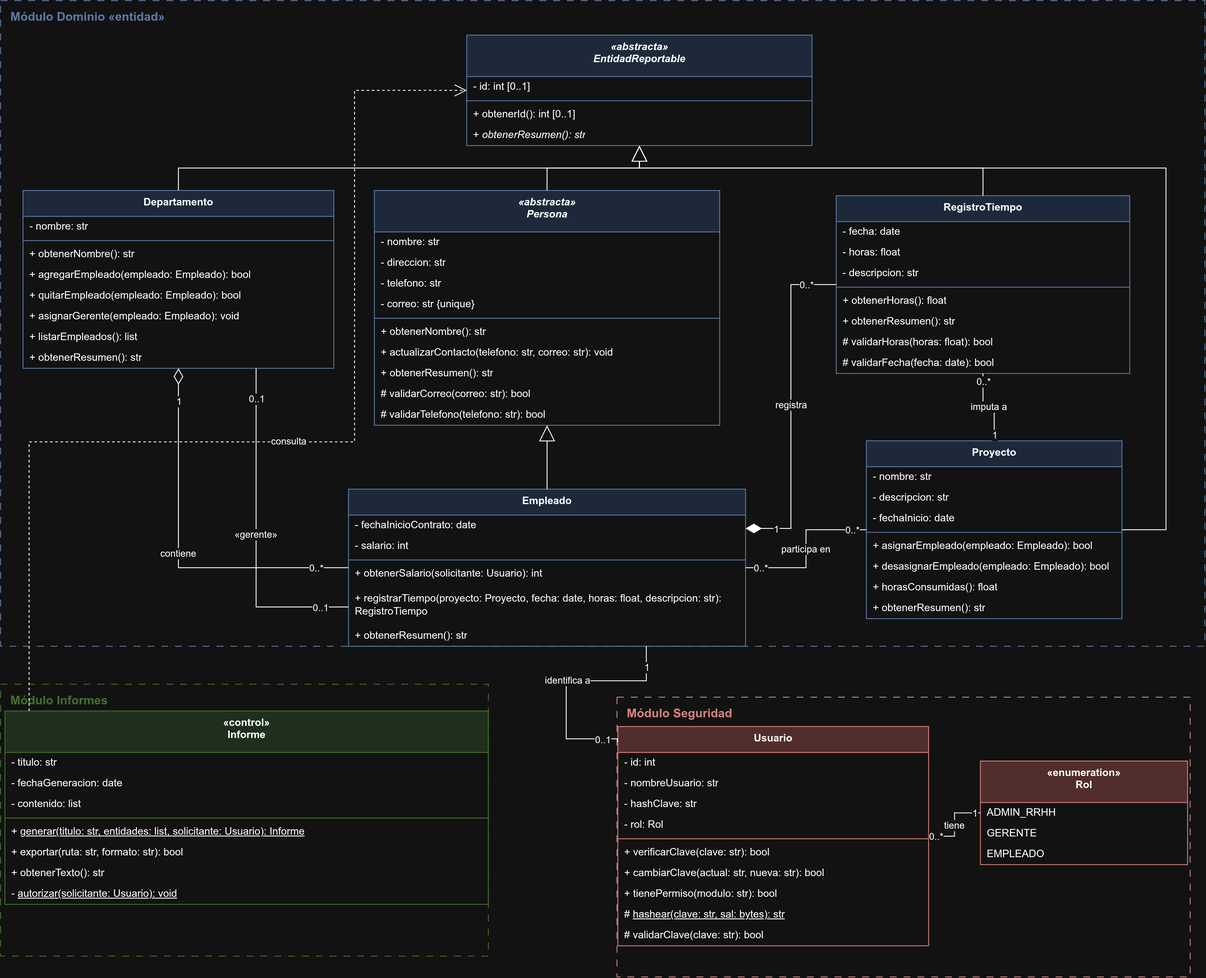
Earlier version of the draw.io export diagramas/modelo_u2.drawio_dark.png (leonardoguerrerodev/poo-ecotech). Source tidied: cells renumbered, new cells last; positions are measured from the earlier drawing's top-left corner, leaving out a move shared by most shapes.
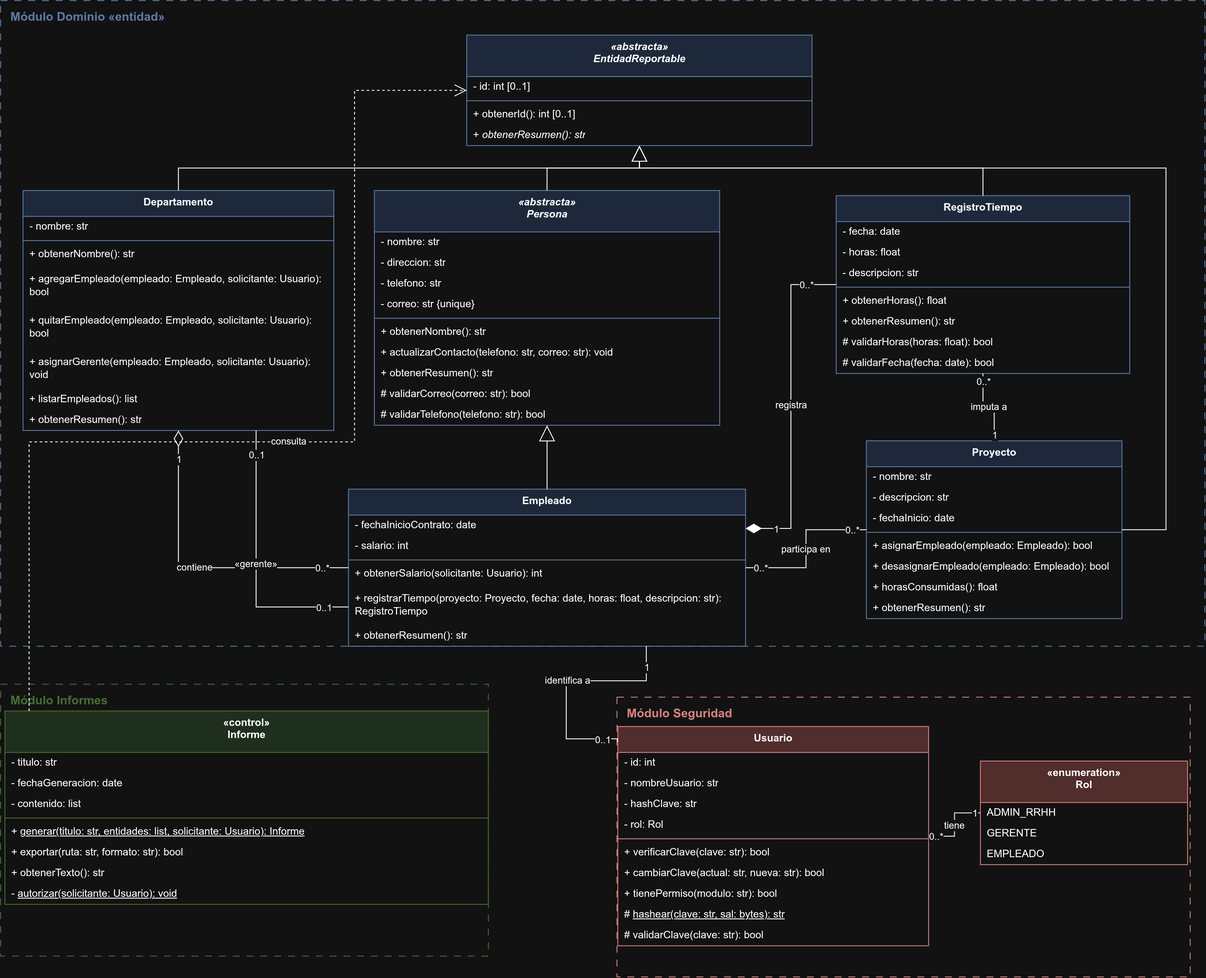
Above is the later version.

What changed in the source:
```diff
@@ -66,7 +66,7 @@
       <mxGeometry y="158" width="460" height="24" as="geometry" />
     </mxCell>
     <mxCell id="23" value="Departamento" style="swimlane;fontStyle=1;align=center;verticalAlign=top;horizontal=1;startSize=30;html=1;fillColor=#dae8fc;strokeColor=#6c8ebf;" parent="1" vertex="1">
-      <mxGeometry x="26" y="220" width="360" height="206" as="geometry" />
+      <mxGeometry x="26" y="220" width="360" height="278" as="geometry" />
     </mxCell>
     <mxCell id="24" value="- nombre: str" style="text;strokeColor=none;fillColor=none;align=left;verticalAlign=middle;spacingLeft=6;spacingRight=6;overflow=hidden;whiteSpace=wrap;html=1;" parent="23" vertex="1">
       <mxGeometry y="30" width="360" height="24" as="geometry" />
@@ -77,20 +77,20 @@
     <mxCell id="26" value="+ obtenerNombre(): str" style="text;strokeColor=none;fillColor=none;align=left;verticalAlign=middle;spacingLeft=6;spacingRight=6;overflow=hidden;whiteSpace=wrap;html=1;" parent="23" vertex="1">
       <mxGeometry y="62" width="360" height="24" as="geometry" />
     </mxCell>
-    <mxCell id="27" value="+ agregarEmpleado(empleado: Empleado): bool" style="text;strokeColor=none;fillColor=none;align=left;verticalAlign=middle;spacingLeft=6;spacingRight=6;overflow=hidden;whiteSpace=wrap;html=1;" parent="23" vertex="1">
-      <mxGeometry y="86" width="360" height="24" as="geometry" />
+    <mxCell id="27" value="+ agregarEmpleado(empleado: Empleado, solicitante: Usuario): bool" style="text;strokeColor=none;fillColor=none;align=left;verticalAlign=middle;spacingLeft=6;spacingRight=6;overflow=hidden;whiteSpace=wrap;html=1;" parent="23" vertex="1">
+      <mxGeometry y="86" width="360" height="48" as="geometry" />
     </mxCell>
-    <mxCell id="28" value="+ quitarEmpleado(empleado: Empleado): bool" style="text;strokeColor=none;fillColor=none;align=left;verticalAlign=middle;spacingLeft=6;spacingRight=6;overflow=hidden;whiteSpace=wrap;html=1;" parent="23" vertex="1">
-      <mxGeometry y="110" width="360" height="24" as="geometry" />
+    <mxCell id="28" value="+ quitarEmpleado(empleado: Empleado, solicitante: Usuario): bool" style="text;strokeColor=none;fillColor=none;align=left;verticalAlign=middle;spacingLeft=6;spacingRight=6;overflow=hidden;whiteSpace=wrap;html=1;" parent="23" vertex="1">
+      <mxGeometry y="134" width="360" height="48" as="geometry" />
     </mxCell>
-    <mxCell id="29" value="+ asignarGerente(empleado: Empleado): void" style="text;strokeColor=none;fillColor=none;align=left;verticalAlign=middle;spacingLeft=6;spacingRight=6;overflow=hidden;whiteSpace=wrap;html=1;" parent="23" vertex="1">
-      <mxGeometry y="134" width="360" height="24" as="geometry" />
+    <mxCell id="29" value="+ asignarGerente(empleado: Empleado, solicitante: Usuario): void" style="text;strokeColor=none;fillColor=none;align=left;verticalAlign=middle;spacingLeft=6;spacingRight=6;overflow=hidden;whiteSpace=wrap;html=1;" parent="23" vertex="1">
+      <mxGeometry y="182" width="360" height="48" as="geometry" />
     </mxCell>
     <mxCell id="30" value="+ listarEmpleados(): list" style="text;strokeColor=none;fillColor=none;align=left;verticalAlign=middle;spacingLeft=6;spacingRight=6;overflow=hidden;whiteSpace=wrap;html=1;" parent="23" vertex="1">
-      <mxGeometry y="158" width="360" height="24" as="geometry" />
+      <mxGeometry y="230" width="360" height="24" as="geometry" />
     </mxCell>
     <mxCell id="31" value="+ obtenerResumen(): str" style="text;strokeColor=none;fillColor=none;align=left;verticalAlign=middle;spacingLeft=6;spacingRight=6;overflow=hidden;whiteSpace=wrap;html=1;" parent="23" vertex="1">
-      <mxGeometry y="182" width="360" height="24" as="geometry" />
+      <mxGeometry y="254" width="360" height="24" as="geometry" />
     </mxCell>
     <mxCell id="32" value="Proyecto" style="swimlane;fontStyle=1;align=center;verticalAlign=top;horizontal=1;startSize=30;html=1;fillColor=#dae8fc;strokeColor=#6c8ebf;" parent="1" vertex="1">
       <mxGeometry x="1002.9" y="510" width="296.1" height="206" as="geometry" />
```
